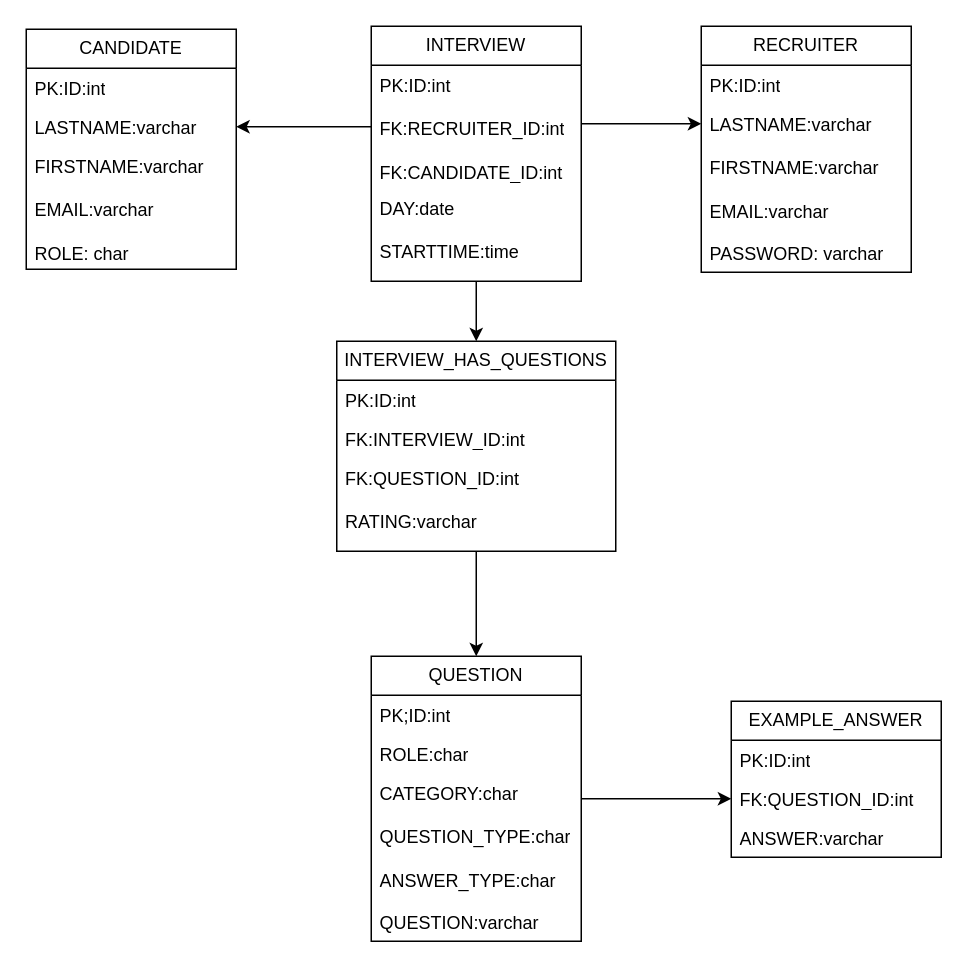
The draw.io diagram interview_tool.drawio in sofieGeens-elmosExpert/interview_tool, before the edit. Source tidied: cells renumbered, new cells numbered last; positions are measured from the earlier drawing's top-left corner, leaving out a move shared by most shapes. Both pictures are drawn from the tidied source at 150%, with x=0, y=0 at pixel (26, 26).
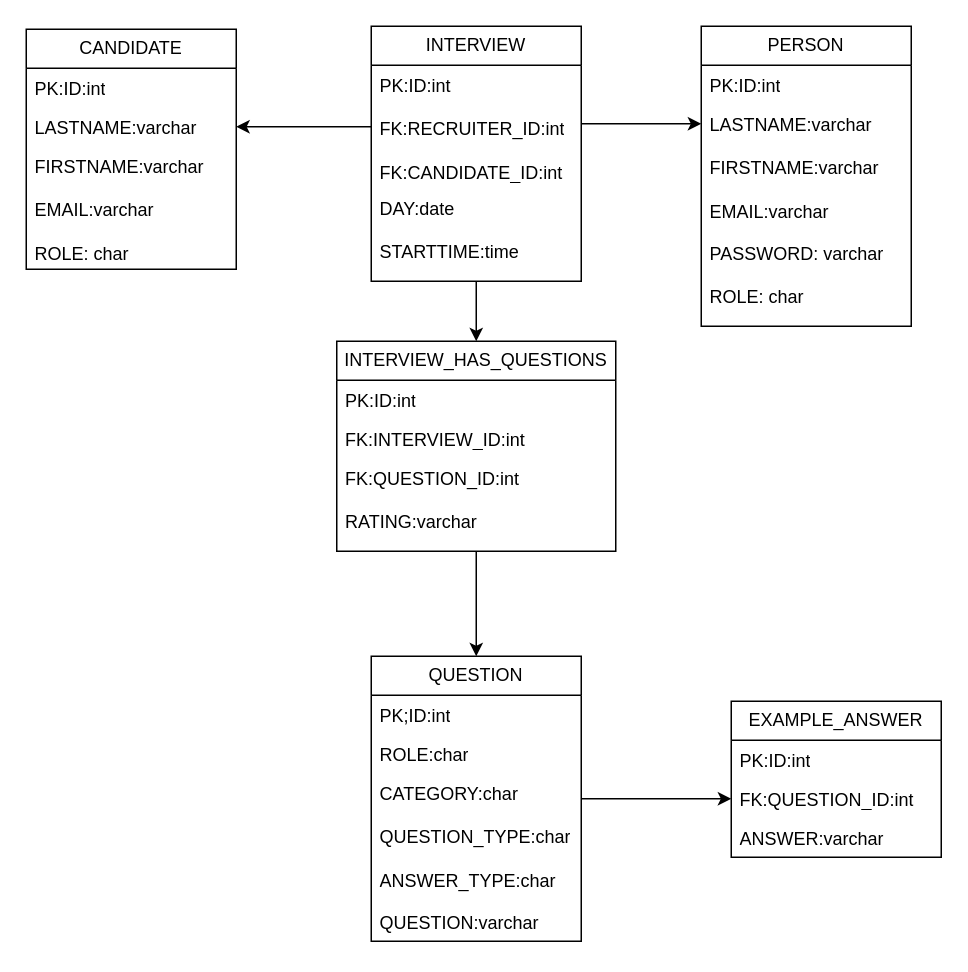
The same page after the edit.

Commit message (it also covers changes not shown here):
changed database structure

Change to the diagram source:
```diff
@@
-    <mxCell id="6" value="RECRUITER" style="swimlane;fontStyle=0;horizontal=1;startSize=26;fillColor=none;whiteSpace=wrap;html=1;" parent="1" vertex="1">
-      <mxGeometry x="450" width="140" height="164" as="geometry" />
+    <mxCell id="6" value="PERSON" style="swimlane;fontStyle=0;horizontal=1;startSize=26;fillColor=none;whiteSpace=wrap;html=1;" parent="1" vertex="1">
+      <mxGeometry x="450" width="140" height="200" as="geometry" />
     </mxCell>
@@
-    <mxCell id="8" value="LASTNAME:varchar&lt;br&gt;&lt;br&gt;FIRSTNAME:varchar&lt;br&gt;&lt;br&gt;EMAIL:varchar&lt;br&gt;&lt;br&gt;PASSWORD: varchar" style="text;strokeColor=none;fillColor=none;align=left;verticalAlign=top;spacingLeft=4;spacingRight=4;overflow=hidden;whiteSpace=wrap;html=1;" parent="6" vertex="1">
-      <mxGeometry y="52" width="140" height="112" as="geometry" />
+    <mxCell id="8" value="LASTNAME:varchar&lt;br&gt;&lt;br&gt;FIRSTNAME:varchar&lt;br&gt;&lt;br&gt;EMAIL:varchar&lt;br&gt;&lt;br&gt;PASSWORD: varchar&lt;br&gt;&lt;br&gt;ROLE: char" style="text;strokeColor=none;fillColor=none;align=left;verticalAlign=top;spacingLeft=4;spacingRight=4;overflow=hidden;whiteSpace=wrap;html=1;" parent="6" vertex="1">
+      <mxGeometry y="52" width="140" height="148" as="geometry" />
     </mxCell>
```
